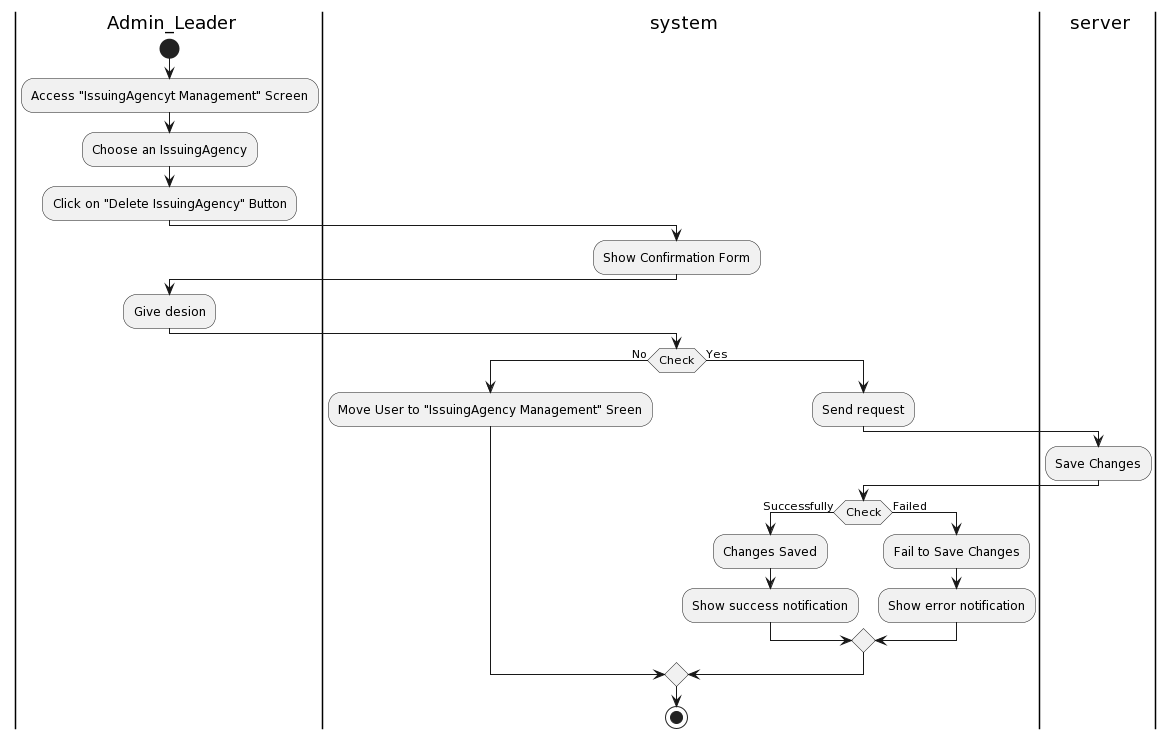
This is Lab1/Lab1.2/Activity Diagram/SystemManagement/IssuingAgencyManagement/DeleteIssuingAgency/DeleteIssuingAgency.png from khoapham1003/SE357-Pratice-class, a PlantUML export, as it was before one commit.
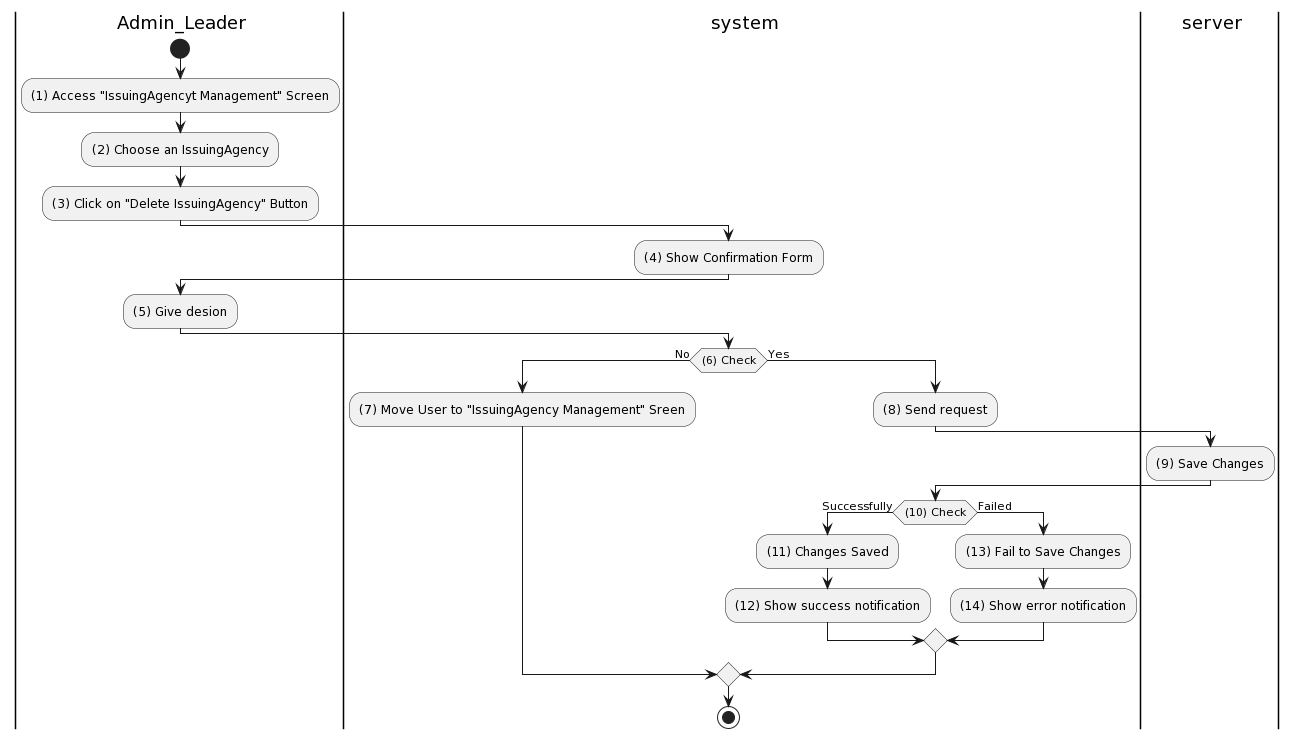
After the change.

What changed in the source:
```diff
@@ -4,28 +4,28 @@
 |ser| server
 |a|
 start
-:Access "IssuingAgencyt Management" Screen;
-:Choose an IssuingAgency;
-:Click on "Delete IssuingAgency" Button;
+:(1) Access "IssuingAgencyt Management" Screen;
+:(2) Choose an IssuingAgency;
+:(3) Click on "Delete IssuingAgency" Button;
 |sys|
-:Show Confirmation Form;
+:(4) Show Confirmation Form;
 |a|
-:Give desion;
+:(5) Give desion;
 |sys|
-if (Check) then (No)
-:Move User to "IssuingAgency Management" Sreen;
+if ((6) Check) then (No)
+:(7) Move User to "IssuingAgency Management" Sreen;
 else (Yes)
 |sys|
-:Send request;
+:(8) Send request;
 |ser|
-:Save Changes;
+:(9) Save Changes;
 |sys|
-if(Check) then (Successfully)
-:Changes Saved;
-:Show success notification;
+if((10) Check) then (Successfully)
+:(11) Changes Saved;
+:(12) Show success notification;
 else (Failed)
-:Fail to Save Changes;
-:Show error notification;
+:(13) Fail to Save Changes;
+:(14) Show error notification;
 endif
 endif
 stop
```
